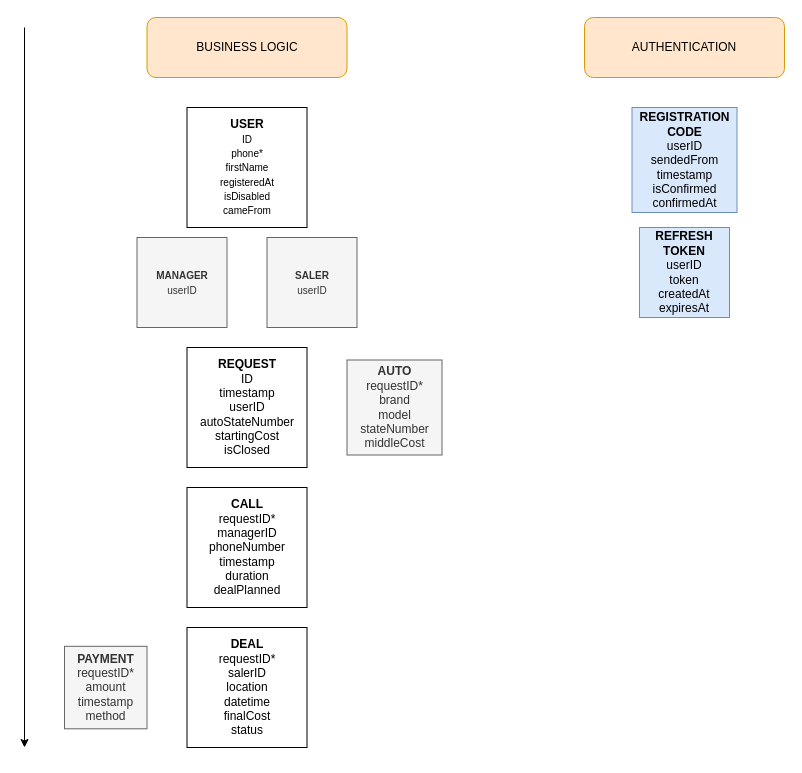
Dahaka1/GetAuto keeps this draw.io diagram as static/AppDiagram.drawio. Above is the earlier version. Source tidied: cells renumbered, new cells numbered last; positions are measured from the earlier drawing's top-left corner, leaving out a move shared by most shapes. Both pictures are drawn from the tidied source at 100%, with x=0, y=0 at pixel (24, 17).
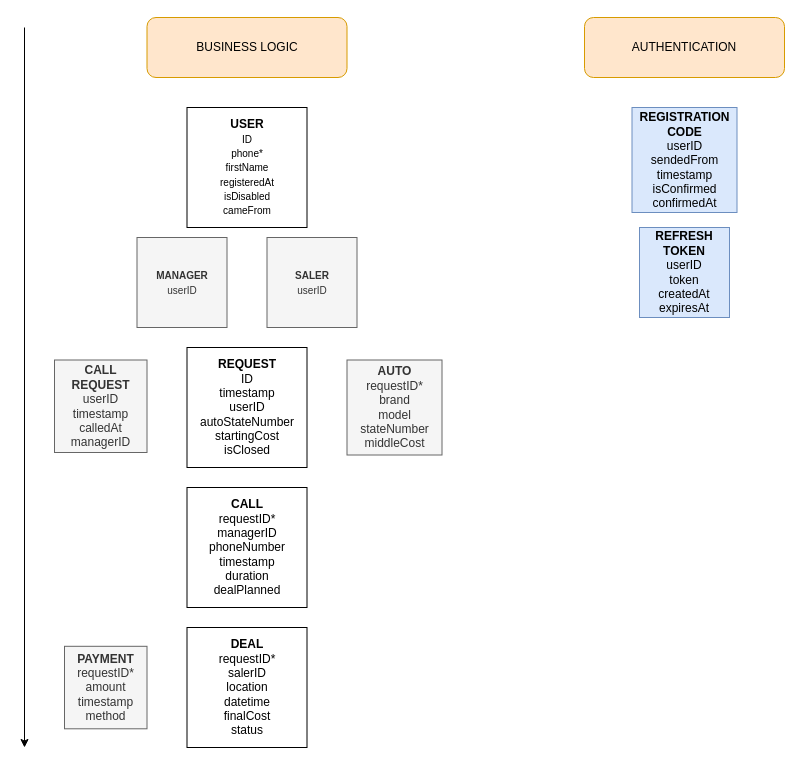
The same diagram, later.

Commit message:
update: general app logic

Diff of the diagram source:
```diff
@@
 <mxGraphModel>
   <root>
     <mxCell id="0" />
     <mxCell id="1" parent="0" />
     <mxCell id="2" value="&lt;b&gt;USER&lt;/b&gt;&lt;br&gt;&lt;font style=&quot;font-size: 10px;&quot;&gt;ID&lt;br&gt;phone*&lt;br&gt;firstName&lt;br&gt;registeredAt&lt;br&gt;isDisabled&lt;br&gt;cameFrom&lt;br&gt;&lt;/font&gt;" style="whiteSpace=wrap;html=1;" parent="1" vertex="1">
       <mxGeometry x="162.5" y="90" width="120" height="120" as="geometry" />
     </mxCell>
     <mxCell id="3" value="&lt;b&gt;AUTO&lt;/b&gt;&lt;br&gt;requestID*&lt;br&gt;brand&lt;br&gt;model&lt;br&gt;stateNumber&lt;br&gt;middleCost" style="whiteSpace=wrap;html=1;fillColor=#f5f5f5;fontColor=#333333;strokeColor=#666666;" parent="1" vertex="1">
       <mxGeometry x="322.5" y="342.5" width="95" height="95" as="geometry" />
     </mxCell>
     <mxCell id="4" value="&lt;b&gt;REQUEST&lt;br&gt;&lt;/b&gt;ID&lt;br&gt;timestamp&lt;br&gt;userID&lt;br&gt;autoStateNumber&lt;br&gt;startingCost&lt;br&gt;isClosed" style="whiteSpace=wrap;html=1;" parent="1" vertex="1">
       <mxGeometry x="162.5" y="330" width="120" height="120" as="geometry" />
     </mxCell>
     <mxCell id="5" value="&lt;b&gt;CALL&lt;br&gt;&lt;/b&gt;requestID*&lt;br&gt;managerID&lt;br&gt;phoneNumber&lt;br&gt;timestamp&lt;br&gt;duration&lt;br&gt;dealPlanned" style="whiteSpace=wrap;html=1;" parent="1" vertex="1">
       <mxGeometry x="162.5" y="470" width="120" height="120" as="geometry" />
     </mxCell>
     <mxCell id="6" value="&lt;b&gt;DEAL&lt;/b&gt;&lt;br&gt;requestID*&lt;br&gt;salerID&lt;br&gt;location&lt;br&gt;datetime&lt;br&gt;finalCost&lt;br&gt;status" style="whiteSpace=wrap;html=1;" parent="1" vertex="1">
       <mxGeometry x="162.5" y="610" width="120" height="120" as="geometry" />
     </mxCell>
     <mxCell id="7" value="&lt;font style=&quot;font-size: 10px;&quot;&gt;&lt;b&gt;MANAGER&lt;br&gt;&lt;/b&gt;userID&lt;br&gt;&lt;/font&gt;" style="whiteSpace=wrap;html=1;fillColor=#f5f5f5;strokeColor=#666666;fontColor=#333333;" parent="1" vertex="1">
       <mxGeometry x="112.5" y="220" width="90" height="90" as="geometry" />
     </mxCell>
     <mxCell id="8" value="&lt;font style=&quot;font-size: 10px;&quot;&gt;&lt;b&gt;SALER&lt;br&gt;&lt;/b&gt;userID&lt;br&gt;&lt;/font&gt;" style="whiteSpace=wrap;html=1;fillColor=#f5f5f5;strokeColor=#666666;fontColor=#333333;" parent="1" vertex="1">
       <mxGeometry x="242.5" y="220" width="90" height="90" as="geometry" />
     </mxCell>
     <mxCell id="9" value="&lt;b&gt;PAYMENT&lt;br&gt;&lt;/b&gt;requestID*&lt;br&gt;amount&lt;br&gt;timestamp&lt;br&gt;method" style="whiteSpace=wrap;html=1;fillColor=#f5f5f5;fontColor=#333333;strokeColor=#666666;" parent="1" vertex="1">
       <mxGeometry x="40" y="628.8" width="82.5" height="82.5" as="geometry" />
     </mxCell>
     <mxCell id="10" value="BUSINESS LOGIC" style="rounded=1;whiteSpace=wrap;html=1;fillColor=#ffe6cc;strokeColor=#d79b00;" parent="1" vertex="1">
       <mxGeometry x="122.5" width="200" height="60" as="geometry" />
     </mxCell>
     <mxCell id="11" style="endArrow=classic;html=1;rounded=0;" parent="1" edge="1">
       <mxGeometry relative="1" as="geometry">
         <mxPoint y="10" as="sourcePoint" />
         <mxPoint y="730" as="targetPoint" />
       </mxGeometry>
     </mxCell>
     <mxCell id="12" value="&lt;b&gt;REGISTRATION&lt;/b&gt;&lt;br&gt;&lt;b&gt;CODE&lt;/b&gt;&lt;br&gt;userID&lt;br&gt;sendedFrom&lt;br&gt;timestamp&lt;br&gt;isConfirmed&lt;br&gt;confirmedAt" style="whiteSpace=wrap;html=1;fillColor=#dae8fc;strokeColor=#6c8ebf;" parent="1" vertex="1">
       <mxGeometry x="607.5" y="90" width="105" height="105" as="geometry" />
     </mxCell>
     <mxCell id="13" value="&lt;b&gt;REFRESH&lt;/b&gt;&lt;br&gt;&lt;b&gt;TOKEN&lt;/b&gt;&lt;br&gt;userID&lt;br&gt;token&lt;br&gt;createdAt&lt;br&gt;expiresAt" style="whiteSpace=wrap;html=1;fillColor=#dae8fc;strokeColor=#6c8ebf;" parent="1" vertex="1">
       <mxGeometry x="615" y="210" width="90" height="90" as="geometry" />
     </mxCell>
     <mxCell id="14" value="AUTHENTICATION" style="rounded=1;whiteSpace=wrap;html=1;fillColor=#ffe6cc;strokeColor=#d79b00;" parent="1" vertex="1">
       <mxGeometry x="560" width="200" height="60" as="geometry" />
     </mxCell>
+    <mxCell id="15" value="&lt;b&gt;CALL&lt;/b&gt;&lt;br&gt;&lt;b&gt;REQUEST&lt;br&gt;&lt;/b&gt;userID&lt;br&gt;timestamp&lt;br&gt;calledAt&lt;br&gt;managerID" style="whiteSpace=wrap;html=1;fillColor=#f5f5f5;fontColor=#333333;strokeColor=#666666;" parent="1" vertex="1">
+      <mxGeometry x="30" y="342.5" width="92.5" height="92.5" as="geometry" />
+    </mxCell>
   </root>
 </mxGraphModel>
```
